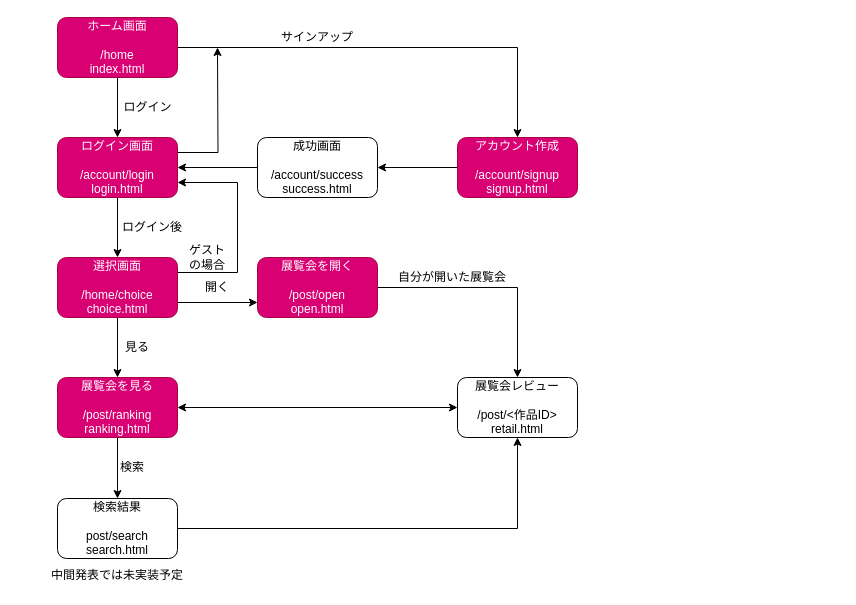
The draw.io diagram plan.drawio in 012xx/online_museum, before the edit. Source tidied: cells renumbered, new cells numbered last; positions are measured from the earlier drawing's top-left corner, leaving out a move shared by most shapes. Both pictures are drawn from the tidied source at 100%, with x=0, y=0 at pixel (47, 17).
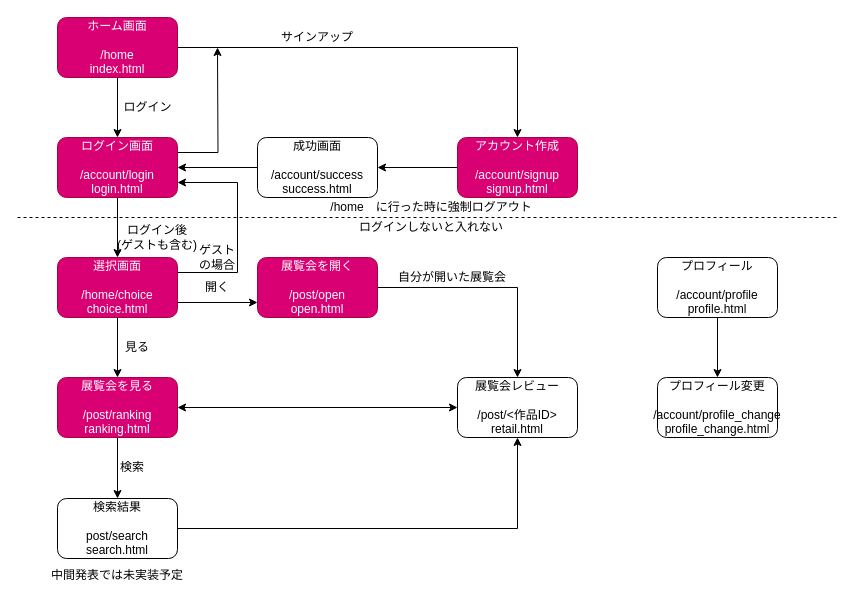
The same diagram, later.

Commit message:
設計図の更新

Diff of the diagram source:
```diff
@@
-    <mxCell id="16" value="ログイン後" style="text;html=1;strokeColor=none;fillColor=none;align=center;verticalAlign=middle;whiteSpace=wrap;rounded=0;" parent="1" vertex="1">
-      <mxGeometry x="70" y="200" width="70" height="20" as="geometry" />
+    <mxCell id="16" value="ログイン後&lt;br&gt;(ゲストも含む)" style="text;html=1;strokeColor=none;fillColor=none;align=center;verticalAlign=middle;whiteSpace=wrap;rounded=0;" parent="1" vertex="1">
+      <mxGeometry x="65" y="210" width="90" height="20" as="geometry" />
     </mxCell>
@@
     <mxCell id="31" value="ゲストの場合" style="text;html=1;strokeColor=none;fillColor=none;align=center;verticalAlign=middle;whiteSpace=wrap;rounded=0;" parent="1" vertex="1">
-      <mxGeometry x="140" y="230" width="40" height="20" as="geometry" />
+      <mxGeometry x="150" y="230" width="40" height="20" as="geometry" />
     </mxCell>
@@
+    <mxCell id="33" style="edgeStyle=orthogonalEdgeStyle;rounded=0;jettySize=auto;html=1;entryX=0.5;entryY=0;entryDx=0;entryDy=0;" parent="1" edge="1" source="34" target="35">
+      <mxGeometry relative="1" as="geometry" />
+    </mxCell>
+    <mxCell id="34" value="プロフィール&lt;br&gt;&lt;br&gt;/account/profile&lt;br&gt;profile.html" style="rounded=1;whiteSpace=wrap;html=1;" parent="1" vertex="1">
+      <mxGeometry x="610" y="240" width="120" height="60" as="geometry" />
+    </mxCell>
+    <mxCell id="35" value="プロフィール変更&lt;br&gt;&lt;br&gt;/account/profile_change&lt;br&gt;profile_change.html" style="rounded=1;whiteSpace=wrap;html=1;" parent="1" vertex="1">
+      <mxGeometry x="610" y="360" width="120" height="60" as="geometry" />
+    </mxCell>
+    <mxCell id="36" style="endArrow=none;dashed=1;html=1;" parent="1" edge="1">
+      <mxGeometry relative="1" as="geometry">
+        <mxPoint x="-30" y="200" as="sourcePoint" />
+        <mxPoint x="790" y="200" as="targetPoint" />
+      </mxGeometry>
+    </mxCell>
+    <mxCell id="37" value="ログインしないと入れない" style="text;html=1;strokeColor=none;fillColor=none;align=center;verticalAlign=middle;whiteSpace=wrap;rounded=0;" parent="1" vertex="1">
+      <mxGeometry x="309" y="200" width="150" height="20" as="geometry" />
+    </mxCell>
+    <mxCell id="38" value="/home　に行った時に強制ログアウト" style="text;html=1;strokeColor=none;fillColor=none;align=center;verticalAlign=middle;whiteSpace=wrap;rounded=0;" parent="1" vertex="1">
+      <mxGeometry x="279" y="180" width="210" height="20" as="geometry" />
+    </mxCell>
```
